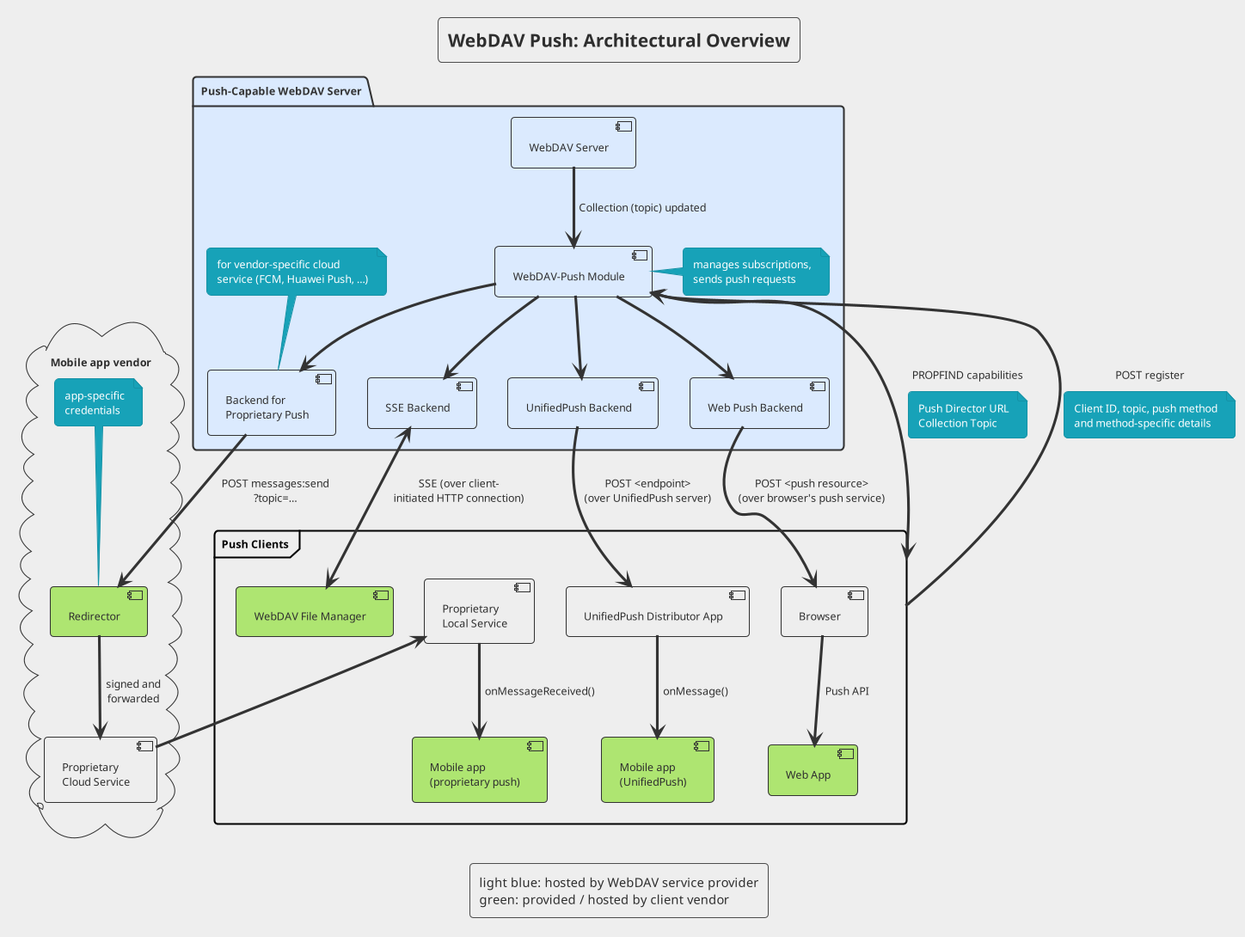
bitfireAT/webdav-push keeps this PlantUML diagram as images/architecture.png. Above is the earlier version.
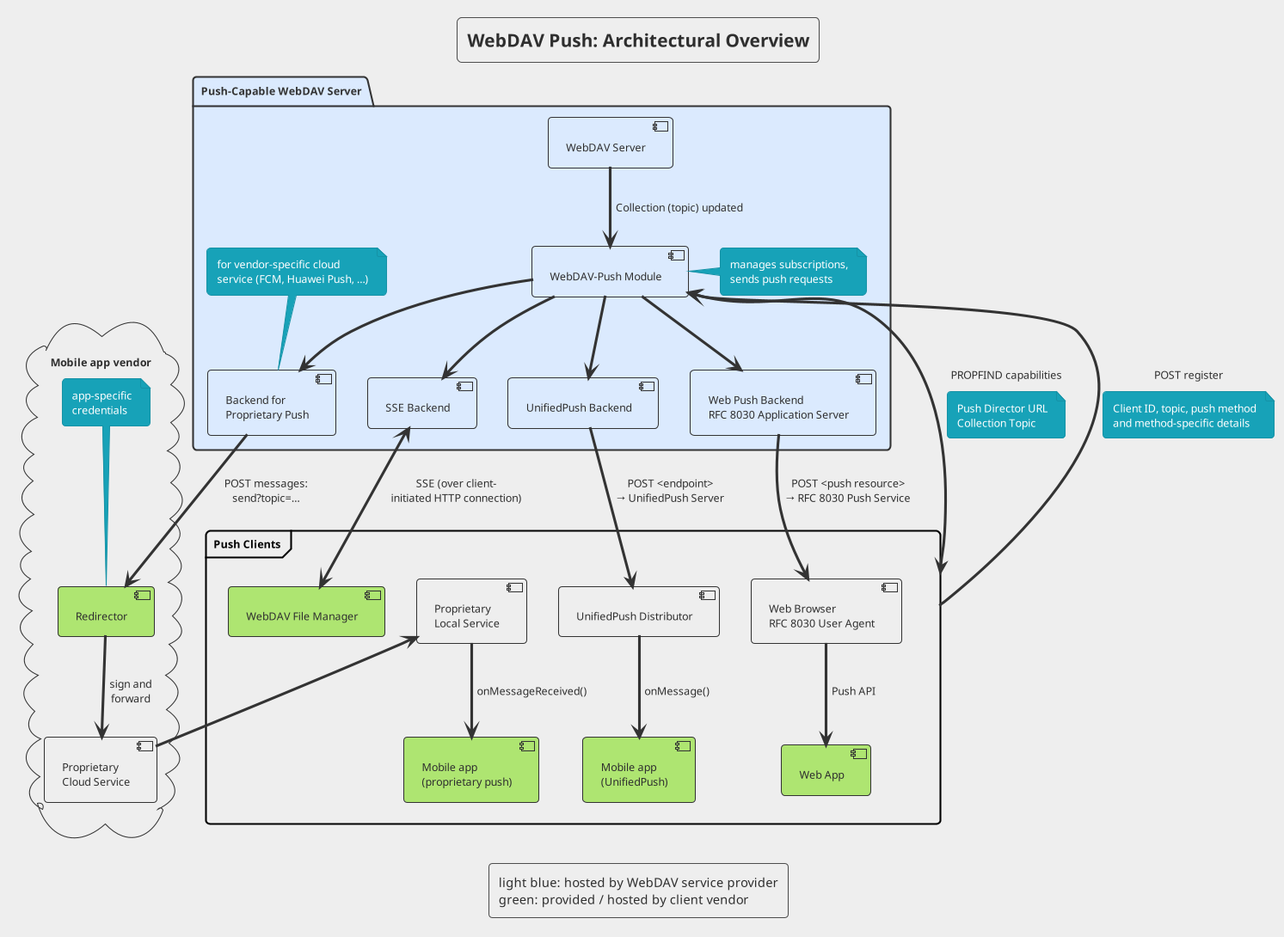
After the change.

Commit message:
Add architecture variants

Diff of the diagram source:
```diff
@@ -26,31 +26,34 @@
   [WebDAV-Push Module] --> [Backend for\nProprietary Push]
   [WebDAV-Push Module] --> [SSE Backend]
   [WebDAV-Push Module] --> [UnifiedPush Backend]
-  [WebDAV-Push Module] --> [Web Push Backend]
+
+  [Web Push Backend\nRFC 8030 Application Server] as WebPushBE
+  [WebDAV-Push Module] -->WebPushBE
 }
 
 cloud "Mobile app vendor" {
-  [Backend for\nProprietary Push] --> [Redirector] : POST messages:send\n?topic=…
+  [Backend for\nProprietary Push] --> [Redirector] : POST messages:\nsend?topic=…
 
   [Redirector] #aee571
   note top: app-specific\ncredentials
-  [Redirector] --> [Proprietary\nCloud Service] : signed and\nforwarded
+  [Redirector] --> [Proprietary\nCloud Service] : sign and\nforward
 }
 
 frame "Push Clients" as PC {
-  [UnifiedPush Backend] -d-> [UnifiedPush Distributor App] : POST <endpoint>\n(over UnifiedPush server)
+  [UnifiedPush Backend] -d-> [UnifiedPush Distributor] : POST <endpoint>\n→ UnifiedPush Server
 
   [Mobile app\n(proprietary push)] #aee571
   [Proprietary\nLocal Service] -d-> [Mobile app\n(proprietary push)] : onMessageReceived()
 
   [Mobile app\n(UnifiedPush)] #aee571
-  [UnifiedPush Distributor App] --> [Mobile app\n(UnifiedPush)] : onMessage()
+  [UnifiedPush Distributor] --> [Mobile app\n(UnifiedPush)] : onMessage()
 
   [WebDAV File Manager] #aee571
   [SSE Backend] <-> [WebDAV File Manager] : SSE (over client-\ninitiated HTTP connection)
-  [Web Push Backend] --> [Browser] : POST <push resource>\n(over browser's push service)
+  [Web Browser\nRFC 8030 User Agent] as Browser
+  WebPushBE --> Browser : POST <push resource>\n→ RFC 8030 Push Service
   [Web App] #aee571
-  [Browser] --> [Web App] : Push API
+  Browser --> [Web App] : Push API
 }
 
 [Proprietary\nCloud Service] --> [Proprietary\nLocal Service]
```
